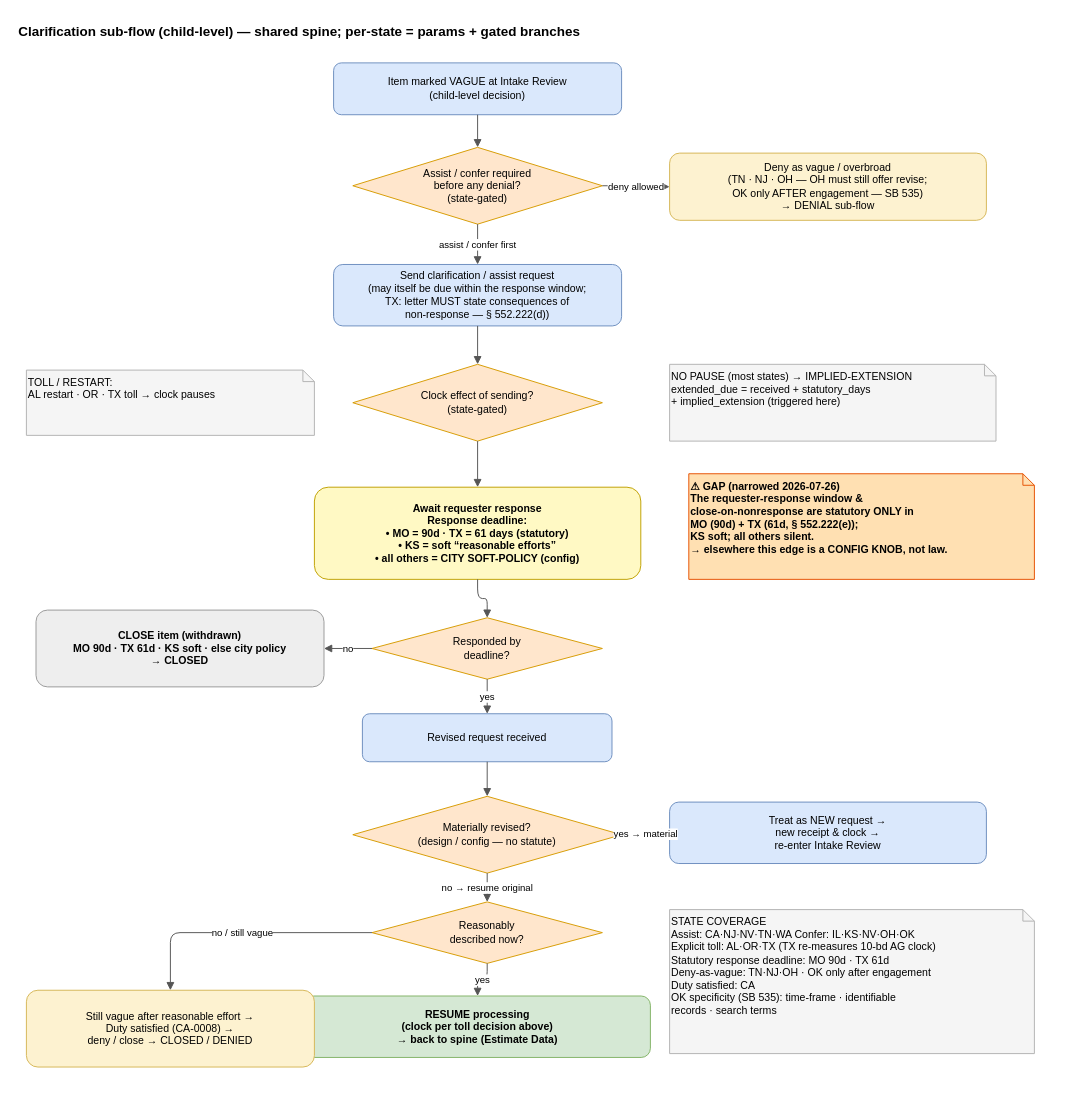
Before: page "Clarification" (2 of 7) of docs/rules_research/workflow/request_flow_master_v2.drawio in optimumq-ai/development, a draw.io diagram. Source tidied: cells renumbered, new cells numbered last; positions are measured from the earlier drawing's top-left corner, leaving out a move shared by most shapes. Both pictures are drawn from the tidied source at 96%, with x=0, y=0 at pixel (16, 16).
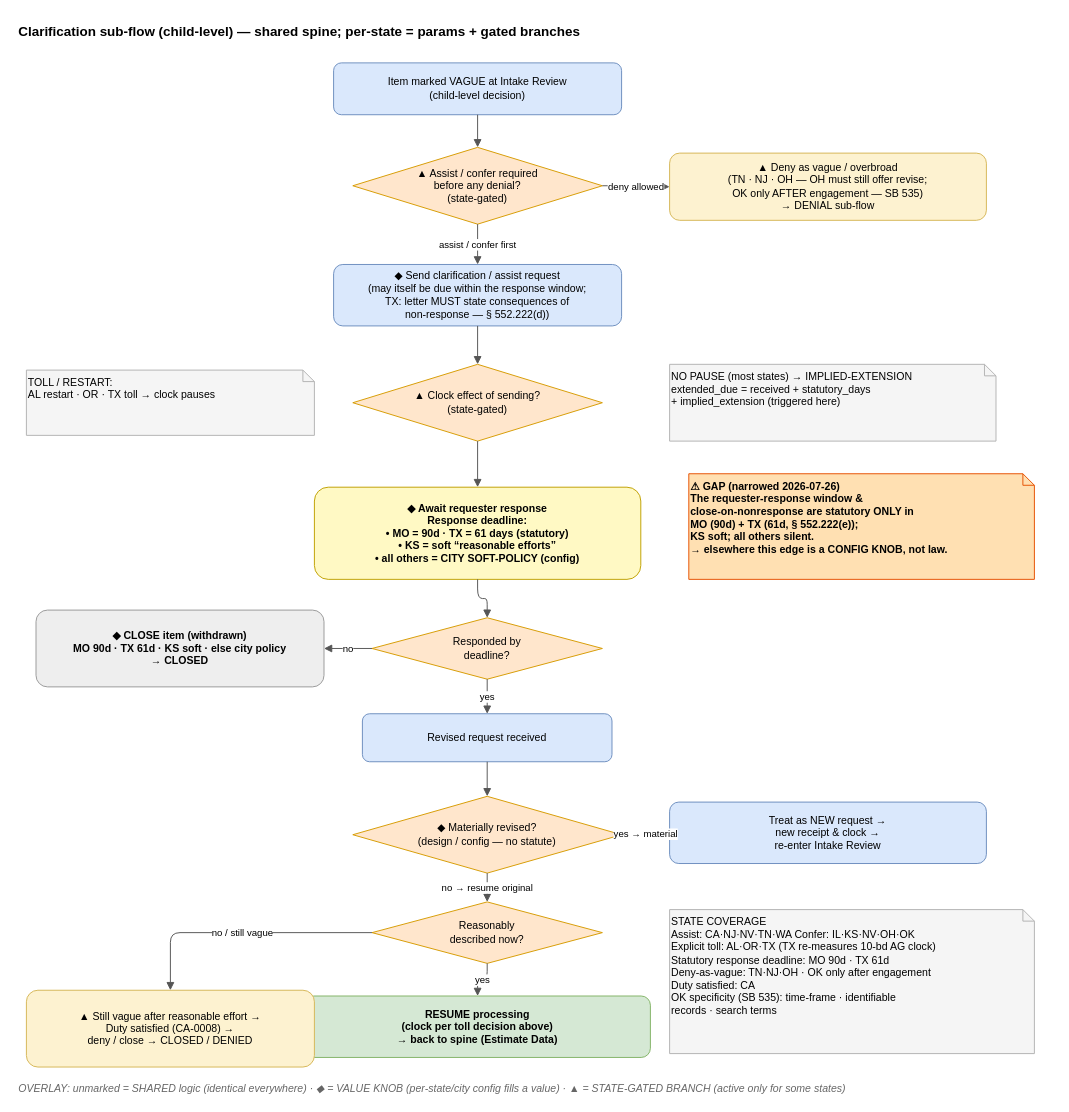
The same diagram, later.

Commit message (it also covers changes not shown here):
docs(rules-research): workflow v2.5 — state-gated overlay complete (Phase 5 DONE)

Diff of the diagram source:
```diff
@@
-    <mxCell id="4" value="Assist / confer required&#10;before any denial?&#10;(state-gated)" style="rhombus;whiteSpace=wrap;html=1;fillColor=#ffe6cc;strokeColor=#d79b00;fontSize=11;" parent="1" vertex="1">
+    <mxCell id="4" value="▲ Assist / confer required&#10;before any denial?&#10;(state-gated)" style="rhombus;whiteSpace=wrap;html=1;fillColor=#ffe6cc;strokeColor=#d79b00;fontSize=11;" parent="1" vertex="1">
       <mxGeometry x="350" y="136" width="260" height="80" as="geometry" />
     </mxCell>
-    <mxCell id="5" value="Deny as vague / overbroad&#10;(TN · NJ · OH — OH must still offer revise;&#10;OK only AFTER engagement — SB 535)&#10;→ DENIAL sub-flow" style="rounded=1;whiteSpace=wrap;html=1;fillColor=#fdf2d0;strokeColor=#d6b656;fontSize=11;" parent="1" vertex="1">
+    <mxCell id="5" value="▲ Deny as vague / overbroad&#10;(TN · NJ · OH — OH must still offer revise;&#10;OK only AFTER engagement — SB 535)&#10;→ DENIAL sub-flow" style="rounded=1;whiteSpace=wrap;html=1;fillColor=#fdf2d0;strokeColor=#d6b656;fontSize=11;" parent="1" vertex="1">
       <mxGeometry x="680" y="142" width="330" height="70" as="geometry" />
     </mxCell>
-    <mxCell id="6" value="Send clarification / assist request&#10;(may itself be due within the response window;&#10;TX: letter MUST state consequences of&#10;non-response — § 552.222(d))" style="rounded=1;whiteSpace=wrap;html=1;fillColor=#dae8fc;strokeColor=#6c8ebf;fontSize=11;" parent="1" vertex="1">
+    <mxCell id="6" value="◆ Send clarification / assist request&#10;(may itself be due within the response window;&#10;TX: letter MUST state consequences of&#10;non-response — § 552.222(d))" style="rounded=1;whiteSpace=wrap;html=1;fillColor=#dae8fc;strokeColor=#6c8ebf;fontSize=11;" parent="1" vertex="1">
       <mxGeometry x="330" y="258" width="300" height="64" as="geometry" />
     </mxCell>
-    <mxCell id="7" value="Clock effect of sending?&#10;(state-gated)" style="rhombus;whiteSpace=wrap;html=1;fillColor=#ffe6cc;strokeColor=#d79b00;fontSize=11;" parent="1" vertex="1">
+    <mxCell id="7" value="▲ Clock effect of sending?&#10;(state-gated)" style="rhombus;whiteSpace=wrap;html=1;fillColor=#ffe6cc;strokeColor=#d79b00;fontSize=11;" parent="1" vertex="1">
       <mxGeometry x="350" y="362" width="260" height="80" as="geometry" />
     </mxCell>
@@
-    <mxCell id="10" value="Await requester response&#10;Response deadline:&#10;• MO = 90d · TX = 61 days (statutory)&#10;• KS = soft “reasonable efforts”&#10;• all others = CITY SOFT-POLICY (config)" style="rounded=1;whiteSpace=wrap;html=1;fillColor=#fff9c4;strokeColor=#c0a000;fontSize=11;fontStyle=1;" parent="1" vertex="1">
+    <mxCell id="10" value="◆ Await requester response&#10;Response deadline:&#10;• MO = 90d · TX = 61 days (statutory)&#10;• KS = soft “reasonable efforts”&#10;• all others = CITY SOFT-POLICY (config)" style="rounded=1;whiteSpace=wrap;html=1;fillColor=#fff9c4;strokeColor=#c0a000;fontSize=11;fontStyle=1;" parent="1" vertex="1">
       <mxGeometry x="310" y="490" width="340" height="96" as="geometry" />
     </mxCell>
@@
-    <mxCell id="13" value="CLOSE item (withdrawn)&#10;MO 90d · TX 61d · KS soft · else city policy&#10;→ CLOSED" style="rounded=1;whiteSpace=wrap;html=1;fillColor=#eeeeee;strokeColor=#999999;fontSize=11;fontStyle=1;" parent="1" vertex="1">
+    <mxCell id="13" value="◆ CLOSE item (withdrawn)&#10;MO 90d · TX 61d · KS soft · else city policy&#10;→ CLOSED" style="rounded=1;whiteSpace=wrap;html=1;fillColor=#eeeeee;strokeColor=#999999;fontSize=11;fontStyle=1;" parent="1" vertex="1">
       <mxGeometry x="20" y="618" width="300" height="80" as="geometry" />
     </mxCell>
@@
-    <mxCell id="15" value="Materially revised?&#10;(design / config — no statute)" style="rhombus;whiteSpace=wrap;html=1;fillColor=#ffe6cc;strokeColor=#d79b00;fontSize=11;" parent="1" vertex="1">
+    <mxCell id="15" value="◆ Materially revised?&#10;(design / config — no statute)" style="rhombus;whiteSpace=wrap;html=1;fillColor=#ffe6cc;strokeColor=#d79b00;fontSize=11;" parent="1" vertex="1">
       <mxGeometry x="350" y="812" width="280" height="80" as="geometry" />
     </mxCell>
@@
-    <mxCell id="19" value="Still vague after reasonable effort →&#10;Duty satisfied (CA-0008) →&#10;deny / close → CLOSED / DENIED" style="rounded=1;whiteSpace=wrap;html=1;fillColor=#fdf2d0;strokeColor=#d6b656;fontSize=11;" parent="1" vertex="1">
+    <mxCell id="19" value="▲ Still vague after reasonable effort →&#10;Duty satisfied (CA-0008) →&#10;deny / close → CLOSED / DENIED" style="rounded=1;whiteSpace=wrap;html=1;fillColor=#fdf2d0;strokeColor=#d6b656;fontSize=11;" parent="1" vertex="1">
       <mxGeometry x="10" y="1014" width="300" height="80" as="geometry" />
     </mxCell>
@@
+    <mxCell id="34" value="OVERLAY:  unmarked = SHARED logic (identical everywhere)   ·   ◆ = VALUE KNOB (per-state/city config fills a value)   ·   ▲ = STATE-GATED BRANCH (active only for some states)" style="text;html=1;fontSize=11;fontStyle=2;align=left;fontColor=#666;" parent="1" vertex="1">
+      <mxGeometry y="1104" width="1080" height="20" as="geometry" />
+    </mxCell>
```
